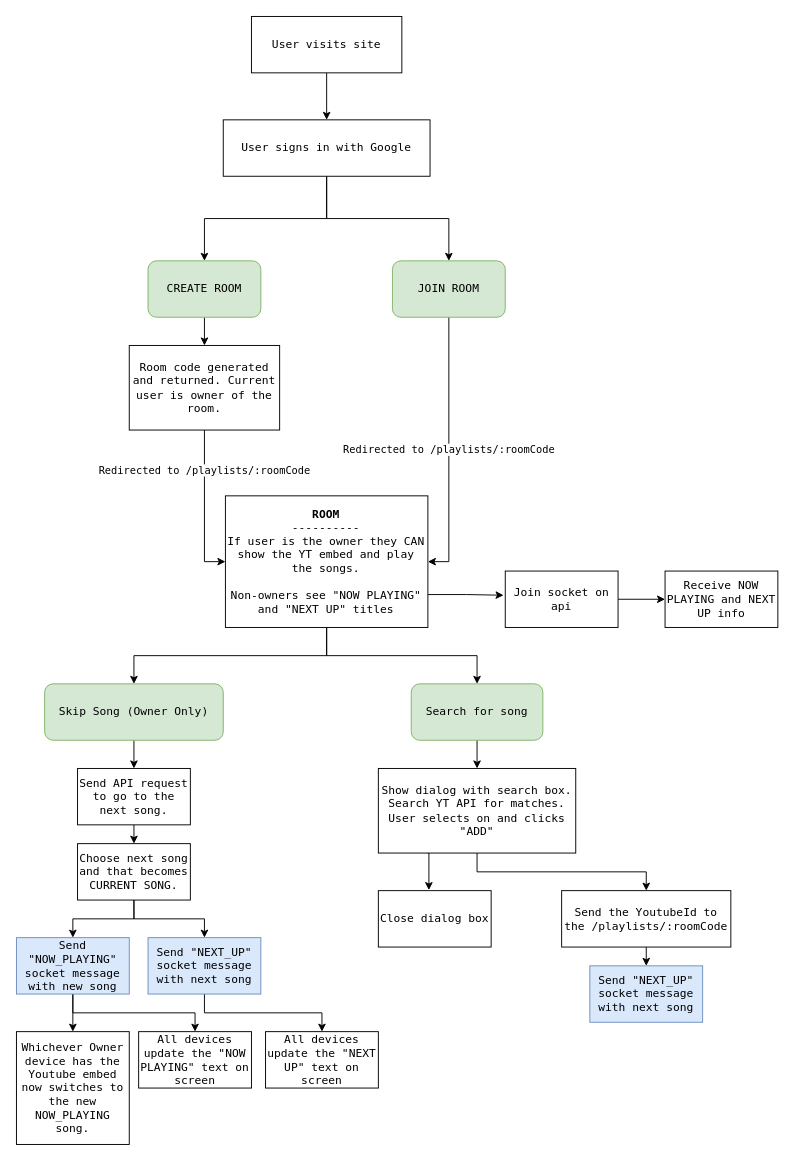
jschnurer/party-playlist keeps this draw.io diagram as app diagram/App_Diagram.drawio. Above is the earlier version. Source tidied: cells renumbered, new cells numbered last; positions are measured from the earlier drawing's top-left corner, leaving out a move shared by most shapes. Both pictures are drawn from the tidied source at 94%, with x=0, y=0 at pixel (16, 16).
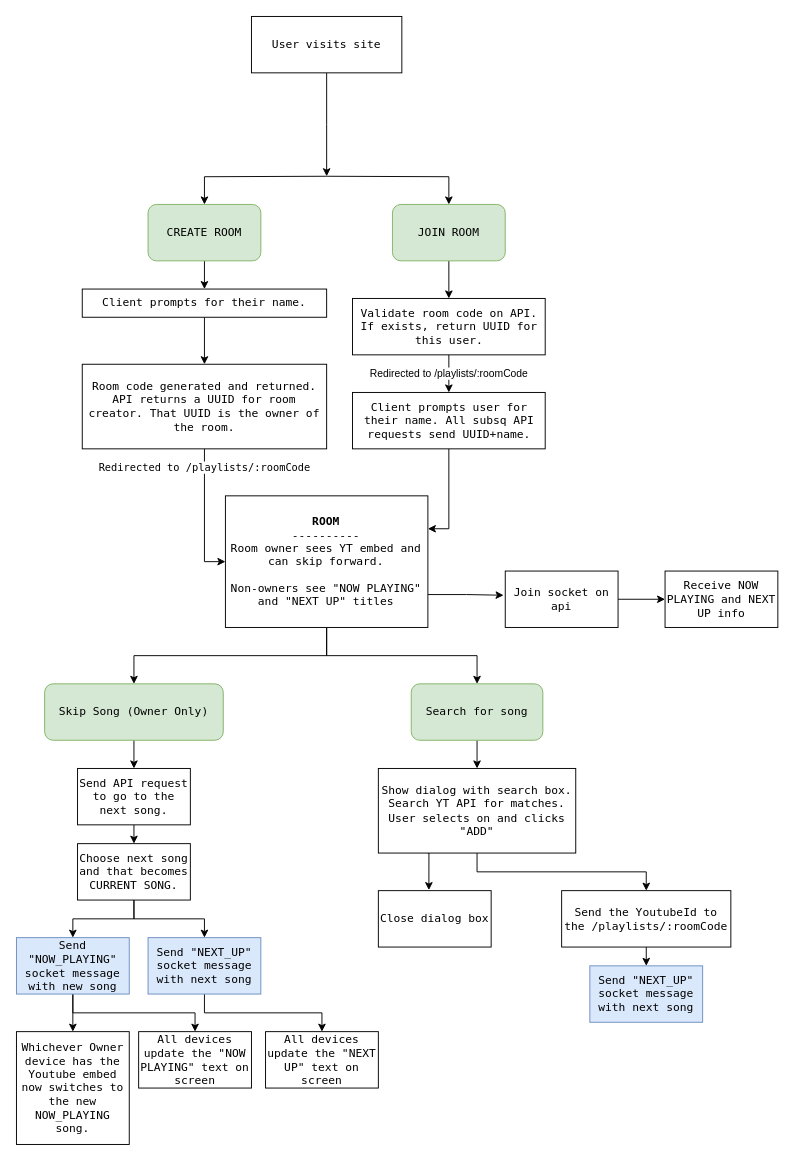
After the change.

The change refers to these unchanged cells:
```xml
<mxCell id="5" value="User visits site" style="rounded=0;whiteSpace=wrap;html=1;fontFamily=Lucida Console;" parent="1" vertex="1">
  <mxGeometry x="250" width="160" height="60" as="geometry" />
</mxCell>
```

The edit, as a diff of the source:
```diff
@@
-    <mxCell id="2" style="edgeStyle=orthogonalEdgeStyle;rounded=0;jettySize=auto;html=1;exitX=0.5;exitY=1;exitDx=0;exitDy=0;entryX=0.5;entryY=0;entryDx=0;entryDy=0;fontFamily=Lucida Console;" parent="1" edge="1" source="3" target="12">
-      <mxGeometry relative="1" as="geometry" />
-    </mxCell>
+    <mxCell id="44" style="edgeStyle=orthogonalEdgeStyle;rounded=0;jettySize=auto;html=1;exitX=0.5;exitY=1;exitDx=0;exitDy=0;entryX=0.5;entryY=0;entryDx=0;entryDy=0;" parent="1" edge="1" source="3" target="50">
+      <mxGeometry relative="1" as="geometry" />
+    </mxCell>
     <mxCell id="3" value="CREATE ROOM" style="rounded=1;whiteSpace=wrap;html=1;fontFamily=Lucida Console;fillColor=#d5e8d4;strokeColor=#82b366;" parent="1" vertex="1">
-      <mxGeometry x="140" y="260" width="120" height="60" as="geometry" />
+      <mxGeometry x="140" y="200" width="120" height="60" as="geometry" />
     </mxCell>
-    <mxCell id="4" style="edgeStyle=orthogonalEdgeStyle;rounded=0;jettySize=auto;html=1;exitX=0.5;exitY=1;exitDx=0;exitDy=0;entryX=0.5;entryY=0;entryDx=0;entryDy=0;fontFamily=Lucida Console;" parent="1" edge="1" source="5" target="8">
-      <mxGeometry relative="1" as="geometry" />
+    <mxCell id="4" style="edgeStyle=orthogonalEdgeStyle;rounded=0;jettySize=auto;html=1;exitX=0.5;exitY=1;exitDx=0;exitDy=0;fontFamily=Lucida Console;" parent="1" edge="1" source="5">
+      <mxGeometry relative="1" as="geometry">
+        <mxPoint x="330" y="170" as="targetPoint" />
+      </mxGeometry>
     </mxCell>
@@
-    <mxCell id="6" style="edgeStyle=orthogonalEdgeStyle;rounded=0;jettySize=auto;html=1;exitX=0.5;exitY=1;exitDx=0;exitDy=0;entryX=0.5;entryY=0;entryDx=0;entryDy=0;" parent="1" edge="1" source="8" target="3">
-      <mxGeometry relative="1" as="geometry" />
+    <mxCell id="6" style="edgeStyle=orthogonalEdgeStyle;rounded=0;jettySize=auto;html=1;exitX=0.5;exitY=1;exitDx=0;exitDy=0;entryX=0.5;entryY=0;entryDx=0;entryDy=0;" parent="1" edge="1" target="3">
+      <mxGeometry relative="1" as="geometry">
+        <mxPoint x="330" y="170" as="sourcePoint" />
+      </mxGeometry>
     </mxCell>
-    <mxCell id="7" style="edgeStyle=orthogonalEdgeStyle;rounded=0;jettySize=auto;html=1;exitX=0.5;exitY=1;exitDx=0;exitDy=0;entryX=0.5;entryY=0;entryDx=0;entryDy=0;" parent="1" edge="1" source="8" target="10">
-      <mxGeometry relative="1" as="geometry" />
+    <mxCell id="7" style="edgeStyle=orthogonalEdgeStyle;rounded=0;jettySize=auto;html=1;exitX=0.5;exitY=1;exitDx=0;exitDy=0;entryX=0.5;entryY=0;entryDx=0;entryDy=0;" parent="1" edge="1" target="10">
+      <mxGeometry relative="1" as="geometry">
+        <mxPoint x="330" y="170" as="sourcePoint" />
+      </mxGeometry>
     </mxCell>
-    <mxCell id="8" value="User signs in with Google" style="rounded=0;whiteSpace=wrap;html=1;fontFamily=Lucida Console;" parent="1" vertex="1">
-      <mxGeometry x="220" y="110" width="220" height="60" as="geometry" />
-    </mxCell>
-    <mxCell id="9" value="Redirected to /playlists/:roomCode" style="edgeStyle=orthogonalEdgeStyle;rounded=0;jettySize=auto;html=1;exitX=0.5;exitY=1;exitDx=0;exitDy=0;entryX=1;entryY=0.5;entryDx=0;entryDy=0;fontFamily=Lucida Console;" parent="1" edge="1" source="10" target="16">
-      <mxGeometry relative="1" as="geometry" />
-    </mxCell>
+    <mxCell id="45" style="edgeStyle=orthogonalEdgeStyle;rounded=0;jettySize=auto;html=1;exitX=0.5;exitY=1;exitDx=0;exitDy=0;entryX=0.5;entryY=0;entryDx=0;entryDy=0;" parent="1" edge="1" source="10" target="46">
+      <mxGeometry relative="1" as="geometry" />
+    </mxCell>
     <mxCell id="10" value="JOIN ROOM" style="rounded=1;whiteSpace=wrap;html=1;fontFamily=Lucida Console;fillColor=#d5e8d4;strokeColor=#82b366;" parent="1" vertex="1">
-      <mxGeometry x="400" y="260" width="120" height="60" as="geometry" />
+      <mxGeometry x="400" y="200" width="120" height="60" as="geometry" />
     </mxCell>
     <mxCell id="11" value="Redirected to /playlists/:roomCode" style="edgeStyle=orthogonalEdgeStyle;rounded=0;jettySize=auto;html=1;exitX=0.5;exitY=1;exitDx=0;exitDy=0;entryX=0;entryY=0.5;entryDx=0;entryDy=0;fontFamily=Lucida Console;" parent="1" edge="1" source="12" target="16">
-      <mxGeometry x="-0.47" relative="1" as="geometry" />
+      <mxGeometry x="-0.72" relative="1" as="geometry" />
     </mxCell>
-    <mxCell id="12" value="Room code generated and returned. Current user is owner of the room." style="rounded=0;whiteSpace=wrap;html=1;fontFamily=Lucida Console;" parent="1" vertex="1">
-      <mxGeometry x="120" y="350" width="160" height="90" as="geometry" />
+    <mxCell id="12" value="&lt;div&gt;Room code generated and returned.&lt;/div&gt;&lt;div&gt;API returns a UUID for room creator. That UUID is the owner of the room.&lt;/div&gt;" style="rounded=0;whiteSpace=wrap;html=1;fontFamily=Lucida Console;" parent="1" vertex="1">
+      <mxGeometry x="70" y="370" width="260" height="90" as="geometry" />
     </mxCell>
@@
-    <mxCell id="16" value="&lt;b&gt;ROOM&lt;/b&gt;&lt;br&gt;----------&lt;br&gt;If user is the owner they CAN show the YT embed and play the songs.&lt;br&gt;&lt;br&gt;Non-owners see &quot;NOW PLAYING&quot; and &quot;NEXT UP&quot; titles" style="whiteSpace=wrap;html=1;fontFamily=Lucida Console;rounded=0;glass=0;shadow=0;rotation=0;" parent="1" vertex="1">
+    <mxCell id="16" value="&lt;b&gt;ROOM&lt;/b&gt;&lt;br&gt;----------&lt;br&gt;Room owner sees YT embed and can skip forward.&lt;br&gt;&lt;br&gt;Non-owners see &quot;NOW PLAYING&quot; and &quot;NEXT UP&quot; titles" style="whiteSpace=wrap;html=1;fontFamily=Lucida Console;rounded=0;glass=0;shadow=0;rotation=0;" parent="1" vertex="1">
       <mxGeometry x="222.3" y="510" width="215.4" height="140" as="geometry" />
     </mxCell>
@@
+    <mxCell id="9" value="Redirected to /playlists/:roomCode" style="edgeStyle=orthogonalEdgeStyle;rounded=0;jettySize=auto;html=1;exitX=0.5;exitY=1;exitDx=0;exitDy=0;entryX=0.5;entryY=0;entryDx=0;entryDy=0;" parent="1" edge="1" source="46" target="48">
+      <mxGeometry relative="1" as="geometry" />
+    </mxCell>
+    <mxCell id="46" value="Validate room code on API. If exists, return UUID for this user." style="rounded=0;whiteSpace=wrap;html=1;fontFamily=Lucida Console;" parent="1" vertex="1">
+      <mxGeometry x="357.5" y="300" width="205" height="60" as="geometry" />
+    </mxCell>
+    <mxCell id="47" style="edgeStyle=orthogonalEdgeStyle;rounded=0;jettySize=auto;html=1;exitX=0.5;exitY=1;exitDx=0;exitDy=0;entryX=1;entryY=0.25;entryDx=0;entryDy=0;" parent="1" edge="1" source="48" target="16">
+      <mxGeometry relative="1" as="geometry" />
+    </mxCell>
+    <mxCell id="48" value="Client prompts user for their name. All subsq API requests send UUID+name." style="rounded=0;whiteSpace=wrap;html=1;fontFamily=Lucida Console;" parent="1" vertex="1">
+      <mxGeometry x="357.5" y="400" width="205" height="60" as="geometry" />
+    </mxCell>
+    <mxCell id="49" style="edgeStyle=orthogonalEdgeStyle;rounded=0;jettySize=auto;html=1;exitX=0.5;exitY=1;exitDx=0;exitDy=0;entryX=0.5;entryY=0;entryDx=0;entryDy=0;" parent="1" edge="1" source="50" target="12">
+      <mxGeometry relative="1" as="geometry" />
+    </mxCell>
+    <mxCell id="50" value="Client prompts for their name." style="rounded=0;whiteSpace=wrap;html=1;fontFamily=Lucida Console;" parent="1" vertex="1">
+      <mxGeometry x="70" y="290" width="260" height="30" as="geometry" />
+    </mxCell>
```
